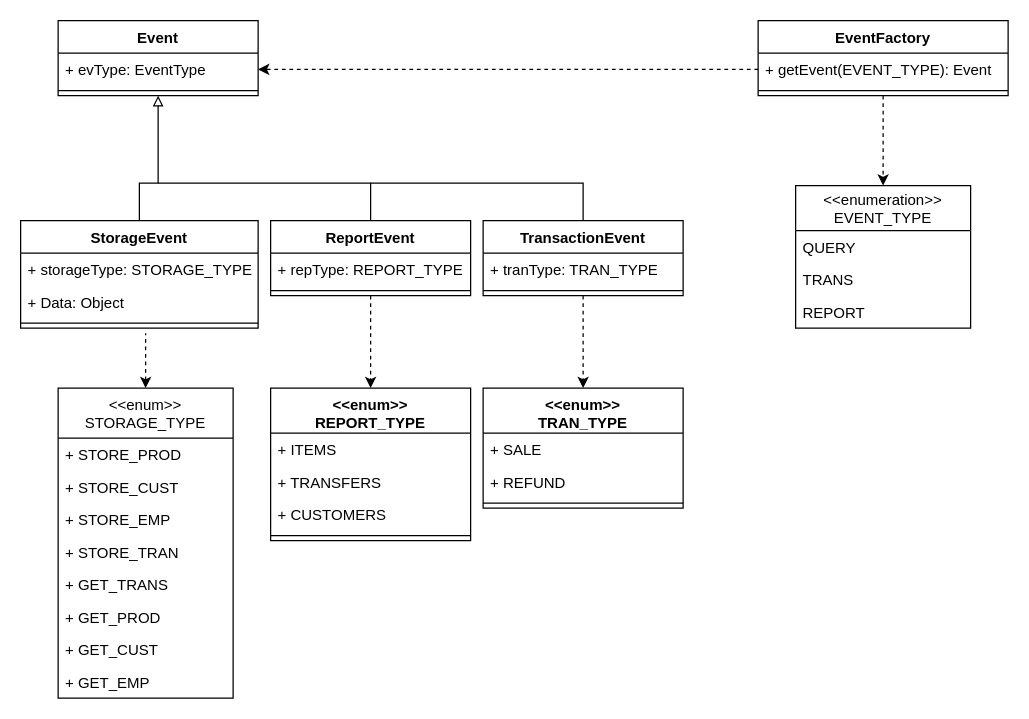
John-Ad/prg2-group-project keeps this draw.io diagram as Events uml.drawio. Above is the earlier version. Source tidied: cells renumbered, new cells numbered last; positions are measured from the earlier drawing's top-left corner, leaving out a move shared by most shapes. Both pictures are drawn from the tidied source at 125%, with x=0, y=0 at pixel (20, 20).
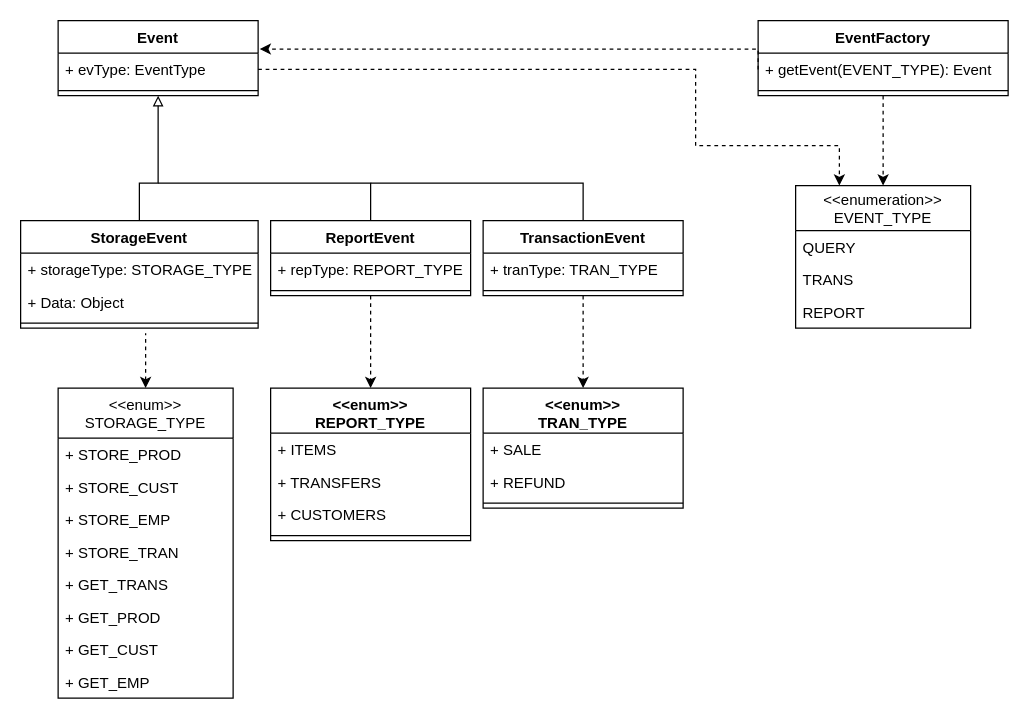
Above is the later version.

Unchanged cells that the change refers to:
```xml
<mxCell id="3" value="+ evType: EventType" style="text;strokeColor=none;fillColor=none;align=left;verticalAlign=top;spacingLeft=4;spacingRight=4;overflow=hidden;points=[[0,0.5],[1,0.5]];portConstraint=eastwest;" parent="2" vertex="1">
  <mxGeometry y="26" width="160" height="26" as="geometry" />
</mxCell>
<mxCell id="15" value="&lt;&lt;enumeration&gt;&gt;&#10;EVENT_TYPE" style="swimlane;fontStyle=0;horizontal=1;startSize=36;fillColor=none;" parent="1" vertex="1">
  <mxGeometry x="620" y="132" width="140" height="114" as="geometry" />
</mxCell>
<mxCell id="26" value="+ getEvent(EVENT_TYPE): Event " style="text;strokeColor=none;fillColor=none;align=left;verticalAlign=top;spacingLeft=4;spacingRight=4;overflow=hidden;points=[[0,0.5],[1,0.5]];portConstraint=eastwest;" parent="25" vertex="1">
  <mxGeometry y="26" width="200" height="26" as="geometry" />
</mxCell>
```

The edit, as a diff of the source:
```diff
@@
-    <mxCell id="28" style="edgeStyle=orthogonalEdgeStyle;rounded=0;jettySize=auto;html=1;exitX=0;exitY=0.5;exitDx=0;exitDy=0;entryX=1;entryY=0.5;entryDx=0;entryDy=0;dashed=1;" parent="1" edge="1" source="26" target="3">
-      <mxGeometry relative="1" as="geometry" />
+    <mxCell id="28" style="edgeStyle=orthogonalEdgeStyle;rounded=0;jettySize=auto;html=1;exitX=0;exitY=0.5;exitDx=0;exitDy=0;entryX=1.008;entryY=-0.124;entryDx=0;entryDy=0;dashed=1;entryPerimeter=0;" parent="1" edge="1" source="26" target="3">
+      <mxGeometry relative="1" as="geometry">
+        <Array as="points">
+          <mxPoint x="590" y="23" />
+        </Array>
+      </mxGeometry>
     </mxCell>
@@
+    <mxCell id="48" style="edgeStyle=orthogonalEdgeStyle;rounded=0;jettySize=auto;html=1;exitX=1;exitY=0.5;exitDx=0;exitDy=0;entryX=0.25;entryY=0;entryDx=0;entryDy=0;dashed=1;" parent="1" edge="1" source="3" target="15">
+      <mxGeometry relative="1" as="geometry">
+        <Array as="points">
+          <mxPoint x="540" y="39" />
+          <mxPoint x="540" y="100" />
+          <mxPoint x="655" y="100" />
+        </Array>
+      </mxGeometry>
+    </mxCell>
```
